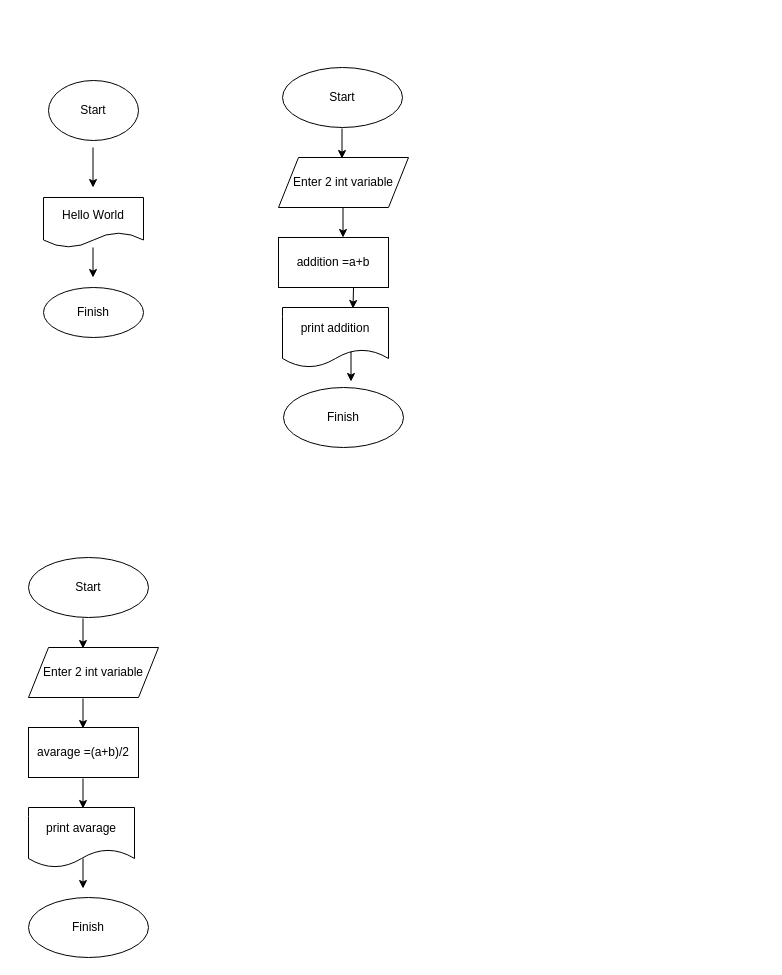
This is Untitled Diagram.drawio from miracezra/properties, a draw.io file, before an edit. Source tidied: cells renumbered, new cells numbered last; positions are measured from the earlier drawing's top-left corner, leaving out a move shared by most shapes. Both pictures are drawn from the tidied source at 100%, with x=0, y=0 at pixel (28, 67).
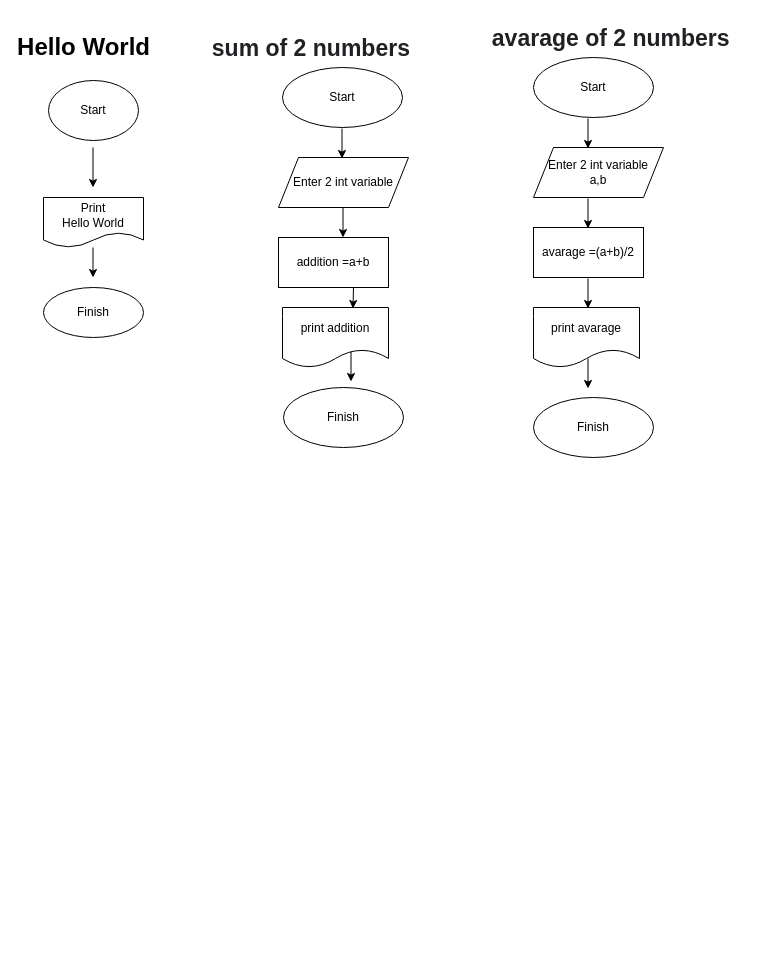
After the change.

The edit, as a diff of the source:
```diff
@@
-    <mxCell id="3" value="Hello World" style="shape=document;whiteSpace=wrap;html=1;boundedLbl=1;" parent="1" vertex="1">
+    <mxCell id="3" value="Print &lt;br&gt;Hello World" style="shape=document;whiteSpace=wrap;html=1;boundedLbl=1;" parent="1" vertex="1">
       <mxGeometry x="15" y="130" width="100" height="50" as="geometry" />
     </mxCell>
@@
     <mxCell id="12" value="Start" style="ellipse;whiteSpace=wrap;html=1;" parent="1" vertex="1">
-      <mxGeometry y="490" width="120" height="60" as="geometry" />
+      <mxGeometry x="505" y="-10" width="120" height="60" as="geometry" />
     </mxCell>
-    <mxCell id="13" value="Enter 2 int variable" style="shape=parallelogram;perimeter=parallelogramPerimeter;whiteSpace=wrap;html=1;fixedSize=1;" parent="1" vertex="1">
-      <mxGeometry y="580" width="130" height="50" as="geometry" />
+    <mxCell id="13" value="Enter 2 int variable&lt;br&gt;a,b" style="shape=parallelogram;perimeter=parallelogramPerimeter;whiteSpace=wrap;html=1;fixedSize=1;" parent="1" vertex="1">
+      <mxGeometry x="505" y="80" width="130" height="50" as="geometry" />
     </mxCell>
     <mxCell id="14" value="avarage =(a+b)/2" style="rounded=0;whiteSpace=wrap;html=1;" parent="1" vertex="1">
-      <mxGeometry y="660" width="110" height="50" as="geometry" />
+      <mxGeometry x="505" y="160" width="110" height="50" as="geometry" />
     </mxCell>
     <mxCell id="15" value="print avarage" style="shape=document;whiteSpace=wrap;html=1;boundedLbl=1;" parent="1" vertex="1">
-      <mxGeometry y="740" width="106" height="60" as="geometry" />
+      <mxGeometry x="505" y="240" width="106" height="60" as="geometry" />
     </mxCell>
     <mxCell id="16" value="Finish" style="ellipse;whiteSpace=wrap;html=1;" parent="1" vertex="1">
-      <mxGeometry y="830" width="120" height="60" as="geometry" />
+      <mxGeometry x="505" y="330" width="120" height="60" as="geometry" />
     </mxCell>
     <mxCell id="17" style="endArrow=classic;html=1;rounded=0;" parent="1" edge="1">
       <mxGeometry relative="1" as="geometry">
-        <mxPoint x="54.5" y="551" as="sourcePoint" />
-        <mxPoint x="54.5" y="581" as="targetPoint" />
+        <mxPoint x="559.5" y="51" as="sourcePoint" />
+        <mxPoint x="559.5" y="81" as="targetPoint" />
       </mxGeometry>
     </mxCell>
     <mxCell id="18" style="endArrow=classic;html=1;rounded=0;" parent="1" edge="1">
       <mxGeometry relative="1" as="geometry">
-        <mxPoint x="54.5" y="631" as="sourcePoint" />
-        <mxPoint x="54.5" y="661" as="targetPoint" />
+        <mxPoint x="559.5" y="131" as="sourcePoint" />
+        <mxPoint x="559.5" y="161" as="targetPoint" />
       </mxGeometry>
     </mxCell>
     <mxCell id="19" style="endArrow=classic;html=1;rounded=0;" parent="1" edge="1">
       <mxGeometry relative="1" as="geometry">
-        <mxPoint x="54.5" y="711" as="sourcePoint" />
-        <mxPoint x="54.5" y="741" as="targetPoint" />
+        <mxPoint x="559.5" y="211" as="sourcePoint" />
+        <mxPoint x="559.5" y="241" as="targetPoint" />
       </mxGeometry>
     </mxCell>
     <mxCell id="20" style="endArrow=classic;html=1;rounded=0;" parent="1" edge="1">
       <mxGeometry relative="1" as="geometry">
-        <mxPoint x="54.5" y="791" as="sourcePoint" />
-        <mxPoint x="54.5" y="821" as="targetPoint" />
+        <mxPoint x="559.5" y="291" as="sourcePoint" />
+        <mxPoint x="559.5" y="321" as="targetPoint" />
       </mxGeometry>
     </mxCell>
@@
+    <mxCell id="25" value="Hello World" style="text;strokeColor=none;fillColor=none;html=1;fontSize=24;fontStyle=1;verticalAlign=middle;align=center;" parent="1" vertex="1">
+      <mxGeometry x="5" y="-40" width="100" height="40" as="geometry" />
+    </mxCell>
+    <mxCell id="26" value="&lt;pre class=&quot;tw-data-text tw-text-large XcVN5d tw-ta&quot; id=&quot;tw-target-text&quot; dir=&quot;ltr&quot; style=&quot;font-family: inherit ; line-height: 36px ; border: none ; padding: 2px 0.14em 2px 0px ; position: relative ; margin-top: -2px ; margin-bottom: -2px ; resize: none ; overflow: hidden ; text-align: left ; width: 270px ; overflow-wrap: break-word ; color: rgb(32 , 33 , 36)&quot;&gt;&lt;span class=&quot;Y2IQFc&quot; lang=&quot;en&quot;&gt;&lt;font style=&quot;font-size: 23px&quot;&gt;sum of 2 numbers&lt;/font&gt;&lt;/span&gt;&lt;/pre&gt;" style="text;strokeColor=none;fillColor=none;html=1;fontSize=24;fontStyle=1;verticalAlign=middle;align=center;" parent="1" vertex="1">
+      <mxGeometry x="185" y="-40" width="270" height="40" as="geometry" />
+    </mxCell>
+    <mxCell id="27" value="&lt;pre class=&quot;tw-data-text tw-text-large XcVN5d tw-ta&quot; id=&quot;tw-target-text&quot; dir=&quot;ltr&quot; style=&quot;font-family: inherit ; line-height: 36px ; border: none ; padding: 2px 0.14em 2px 0px ; position: relative ; margin-top: -2px ; margin-bottom: -2px ; resize: none ; overflow: hidden ; text-align: left ; width: 270px ; overflow-wrap: break-word ; color: rgb(32 , 33 , 36)&quot;&gt;&lt;span class=&quot;Y2IQFc&quot; lang=&quot;en&quot;&gt;&lt;font style=&quot;font-size: 23px&quot;&gt;avarage of 2 numbers&lt;/font&gt;&lt;/span&gt;&lt;/pre&gt;" style="text;strokeColor=none;fillColor=none;html=1;fontSize=24;fontStyle=1;verticalAlign=middle;align=center;" parent="1" vertex="1">
+      <mxGeometry x="465" y="-50" width="270" height="40" as="geometry" />
+    </mxCell>
```
